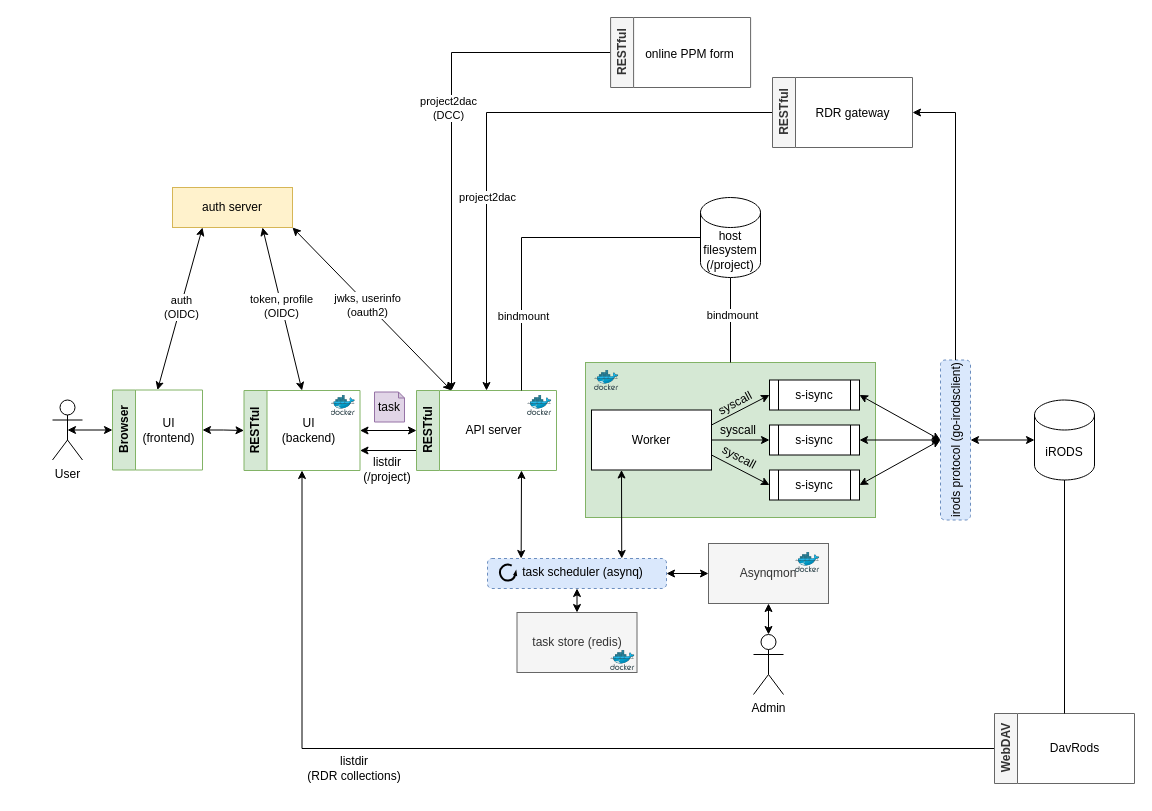
dccn-tg/dr-data-stager keeps this draw.io diagram as docs/architecture.drawio. Above is the earlier version. Source tidied: cells renumbered, new cells numbered last; positions are measured from the earlier drawing's top-left corner, leaving out a move shared by most shapes. Both pictures are drawn from the tidied source at 100%, with x=0, y=0 at pixel (52, 17).
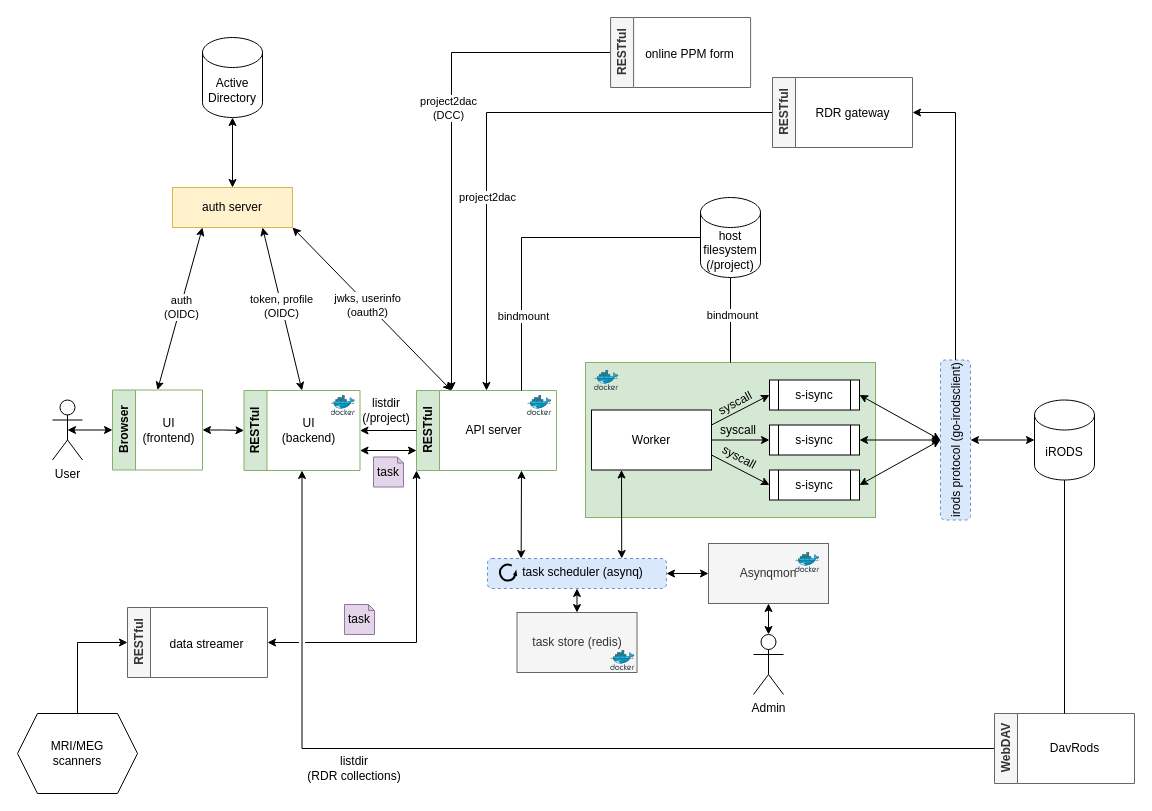
Above is the later version.

Commit message (it also covers changes not shown here):
updated architecture drawing

Unchanged cells that the change refers to:
```xml
<mxCell id="8" value="RESTful" style="swimlane;horizontal=0;whiteSpace=wrap;html=1;strokeWidth=1;fillColor=#d5e8d4;strokeColor=#82b366;fillStyle=auto;swimlaneFillColor=default;" parent="1" vertex="1">
  <mxGeometry x="364" y="373" width="140" height="80" as="geometry" />
</mxCell>
<mxCell id="38" value="RESTful" style="swimlane;horizontal=0;whiteSpace=wrap;html=1;strokeWidth=1;fillColor=#d5e8d4;strokeColor=#82b366;fillStyle=auto;swimlaneFillColor=default;" parent="1" vertex="1">
  <mxGeometry x="191.5" y="373" width="116" height="80" as="geometry" />
</mxCell>
<mxCell id="67" value="auth server" style="rounded=0;whiteSpace=wrap;html=1;strokeWidth=1;fillColor=#fff2cc;strokeColor=#d6b656;" parent="1" vertex="1">
  <mxGeometry x="120" y="170" width="120" height="40" as="geometry" />
</mxCell>
```

Diff of the diagram source:
```diff
@@
-    <mxCell id="7" style="edgeStyle=orthogonalEdgeStyle;rounded=0;jettySize=auto;html=1;exitX=0;exitY=0.75;exitDx=0;exitDy=0;entryX=1;entryY=0.75;entryDx=0;entryDy=0;" parent="1" edge="1" source="8" target="38">
+    <mxCell id="7" style="edgeStyle=orthogonalEdgeStyle;rounded=0;jettySize=auto;html=1;exitX=0;exitY=0.75;exitDx=0;exitDy=0;entryX=1;entryY=0.75;entryDx=0;entryDy=0;startArrow=classic;startFill=1;" parent="1" edge="1" source="8" target="38">
       <mxGeometry relative="1" as="geometry" />
     </mxCell>
@@
-    <mxCell id="44" style="endArrow=classic;startArrow=classic;html=1;rounded=0;exitX=1;exitY=0.5;exitDx=0;exitDy=0;entryX=0;entryY=0.5;entryDx=0;entryDy=0;" parent="1" edge="1" source="38" target="8">
+    <mxCell id="44" style="endArrow=none;startArrow=classic;html=1;rounded=0;exitX=1;exitY=0.5;exitDx=0;exitDy=0;entryX=0;entryY=0.5;entryDx=0;entryDy=0;endFill=0;" parent="1" edge="1" source="38" target="8">
       <mxGeometry relative="1" as="geometry" />
     </mxCell>
@@
     <mxCell id="56" value="task" style="shape=note;whiteSpace=wrap;html=1;backgroundOutline=1;darkOpacity=0.05;size=6;strokeWidth=1;fillColor=#e1d5e7;strokeColor=#9673a6;" parent="1" vertex="1">
-      <mxGeometry x="322" y="374.5" width="30" height="30" as="geometry" />
+      <mxGeometry x="321" y="439.5" width="30" height="30" as="geometry" />
     </mxCell>
     <mxCell id="57" value="listdir&lt;div&gt;(/project)&lt;/div&gt;" style="text;html=1;align=center;verticalAlign=middle;whiteSpace=wrap;rounded=0;" parent="1" vertex="1">
-      <mxGeometry x="305" y="436.5" width="60" height="30" as="geometry" />
+      <mxGeometry x="304" y="377.5" width="60" height="30" as="geometry" />
     </mxCell>
@@
+    <mxCell id="74" value="RESTful" style="swimlane;horizontal=0;whiteSpace=wrap;html=1;strokeWidth=1;fillColor=#f5f5f5;strokeColor=#666666;fillStyle=auto;swimlaneFillColor=default;direction=east;fontColor=#333333;" parent="1" vertex="1">
+      <mxGeometry x="75" y="590" width="140" height="70" as="geometry" />
+    </mxCell>
+    <mxCell id="75" value="data streamer" style="text;html=1;align=center;verticalAlign=middle;strokeColor=none;fillColor=none;strokeWidth=1;" parent="74" vertex="1">
+      <mxGeometry x="29" y="22" width="100" height="30" as="geometry" />
+    </mxCell>
+    <mxCell id="76" style="endArrow=classic;startArrow=classic;html=1;rounded=0;entryX=1;entryY=0.5;entryDx=0;entryDy=0;exitX=0;exitY=1;exitDx=0;exitDy=0;edgeStyle=orthogonalEdgeStyle;jumpStyle=gap;" parent="1" edge="1" source="8" target="74">
+      <mxGeometry relative="1" as="geometry" />
+    </mxCell>
+    <mxCell id="77" value="task" style="shape=note;whiteSpace=wrap;html=1;backgroundOutline=1;darkOpacity=0.05;size=6;strokeWidth=1;fillColor=#e1d5e7;strokeColor=#9673a6;" parent="1" vertex="1">
+      <mxGeometry x="292" y="587" width="30" height="30" as="geometry" />
+    </mxCell>
+    <mxCell id="78" style="edgeStyle=orthogonalEdgeStyle;rounded=0;jettySize=auto;html=1;exitX=0.5;exitY=0;exitDx=0;exitDy=0;entryX=0;entryY=0.5;entryDx=0;entryDy=0;" parent="1" edge="1" source="79" target="74">
+      <mxGeometry relative="1" as="geometry" />
+    </mxCell>
+    <mxCell id="79" value="MRI/MEG&lt;div&gt;scanners&lt;/div&gt;" style="shape=hexagon;perimeter=hexagonPerimeter2;whiteSpace=wrap;html=1;fixedSize=1;" parent="1" vertex="1">
+      <mxGeometry x="-35" y="696" width="120" height="80" as="geometry" />
+    </mxCell>
+    <mxCell id="80" value="Active&lt;div&gt;Directory&lt;/div&gt;" style="shape=cylinder3;whiteSpace=wrap;html=1;boundedLbl=1;backgroundOutline=1;size=15;" parent="1" vertex="1">
+      <mxGeometry x="150" y="20" width="60" height="80" as="geometry" />
+    </mxCell>
+    <mxCell id="81" style="endArrow=classic;startArrow=classic;html=1;rounded=0;entryX=0.5;entryY=1;entryDx=0;entryDy=0;entryPerimeter=0;exitX=0.5;exitY=0;exitDx=0;exitDy=0;" parent="1" edge="1" source="67" target="80">
+      <mxGeometry relative="1" as="geometry" />
+    </mxCell>
```
